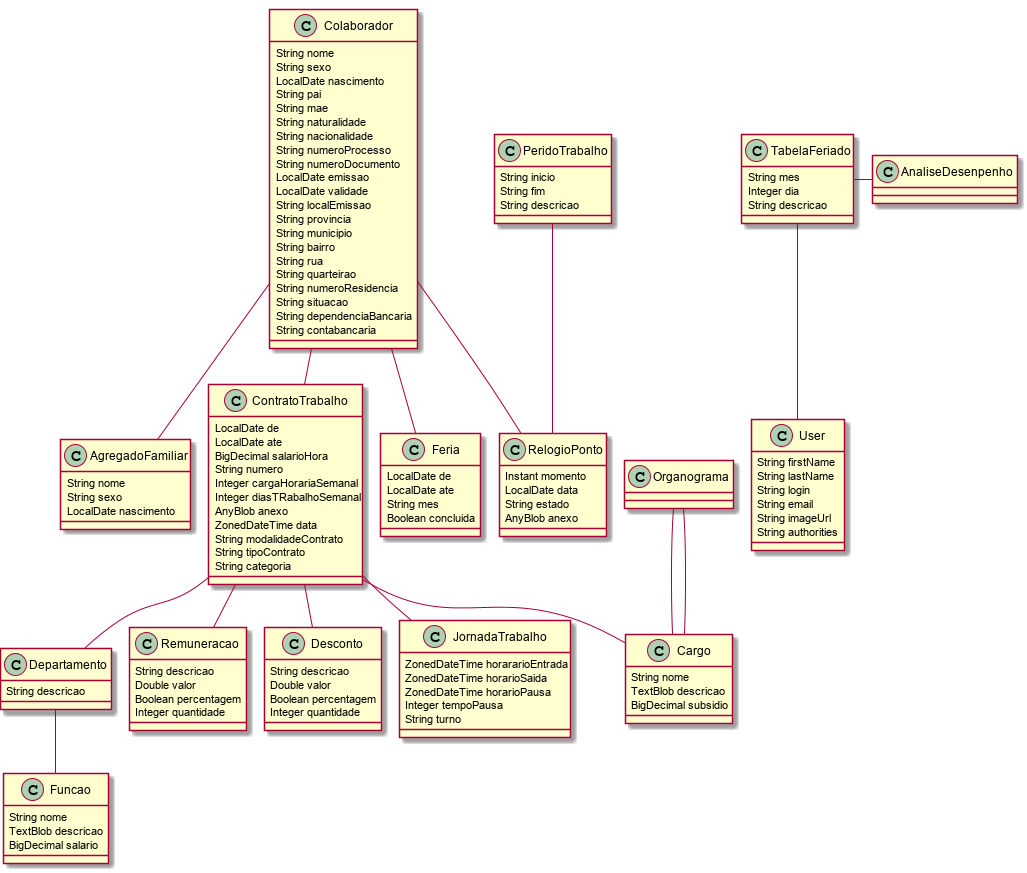
Earlier version of the PlantUML export RH.png (ravunana/negocio-domain).
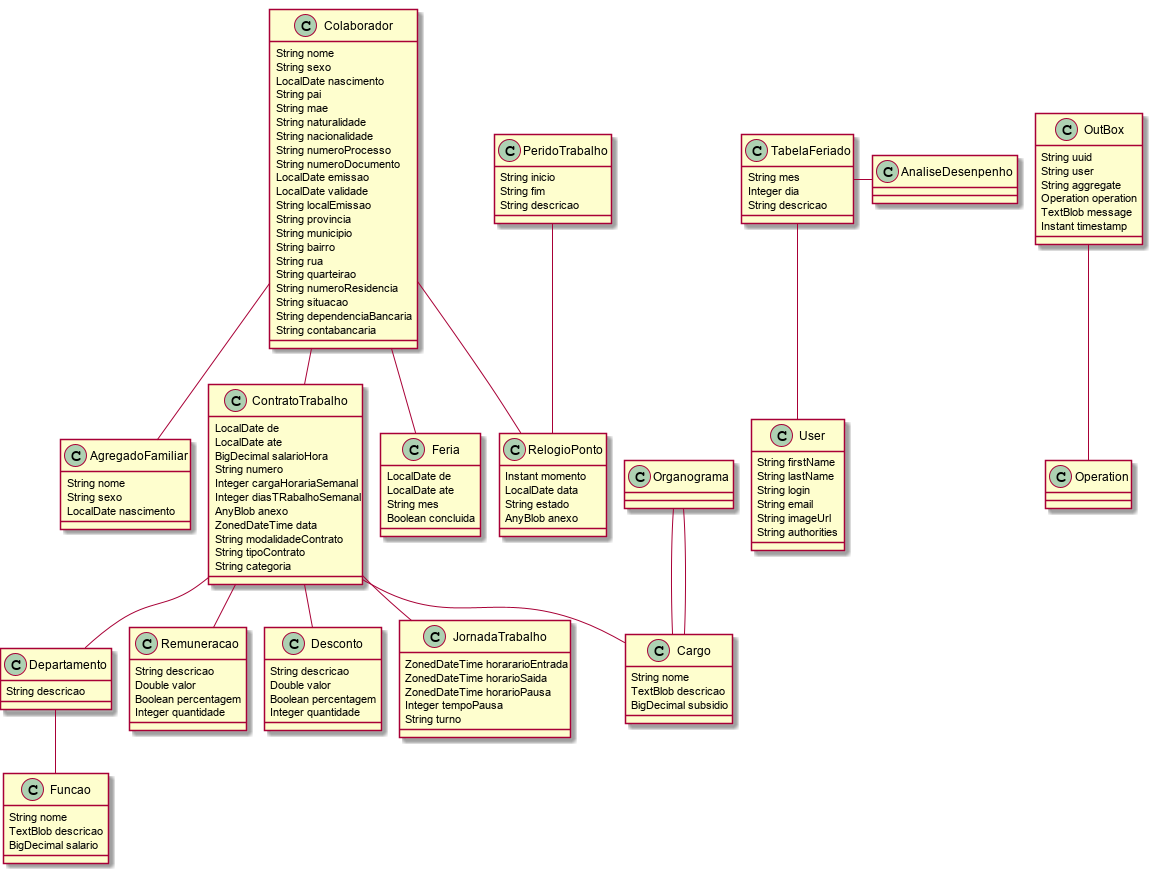
Above is the later version.

Change to the diagram source:
```diff
@@ -100,6 +100,15 @@
 	}
 	class AnaliseDesenpenho  {
 	}
+	class OutBox  {
+		String uuid
+		String user
+		String aggregate
+		Operation operation
+		TextBlob message
+		Instant timestamp
+	}
+	OutBox ..> Operation
 	Organograma  "de(descricao) 0..* " o-- "0..1 "  Cargo
 	Organograma  "para(descricao) 0..* " o-- "0..1 "  Cargo
 	PeridoTrabalho  "0..* " o-- "perido(descricao) 0..1 "  RelogioPonto
```
